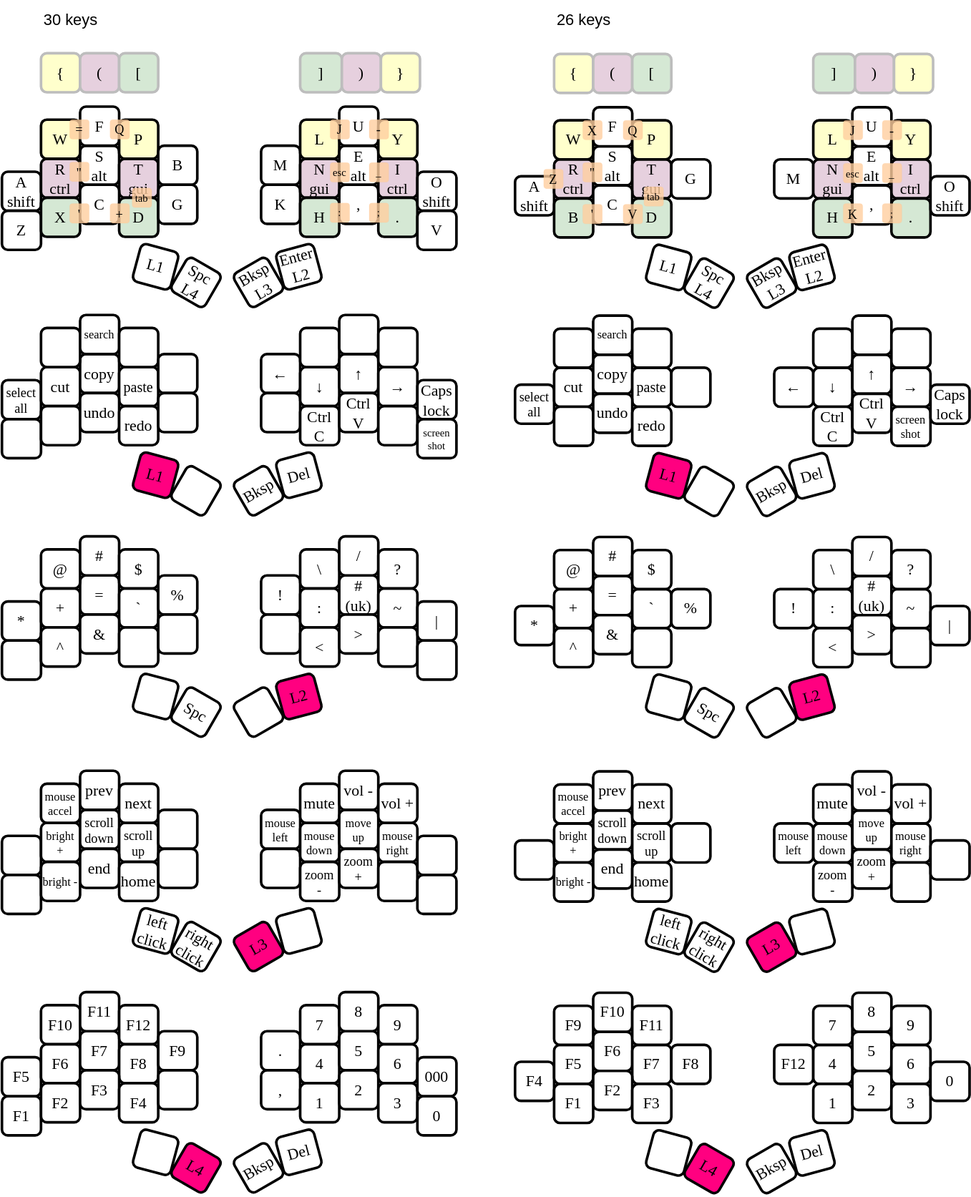
Earlier version of the draw.io export images/keymap.svg (smallwat3r/vial-keymap). Source tidied: cells renumbered, new cells last; positions are measured from the earlier drawing's top-left corner, leaving out a move shared by most shapes.
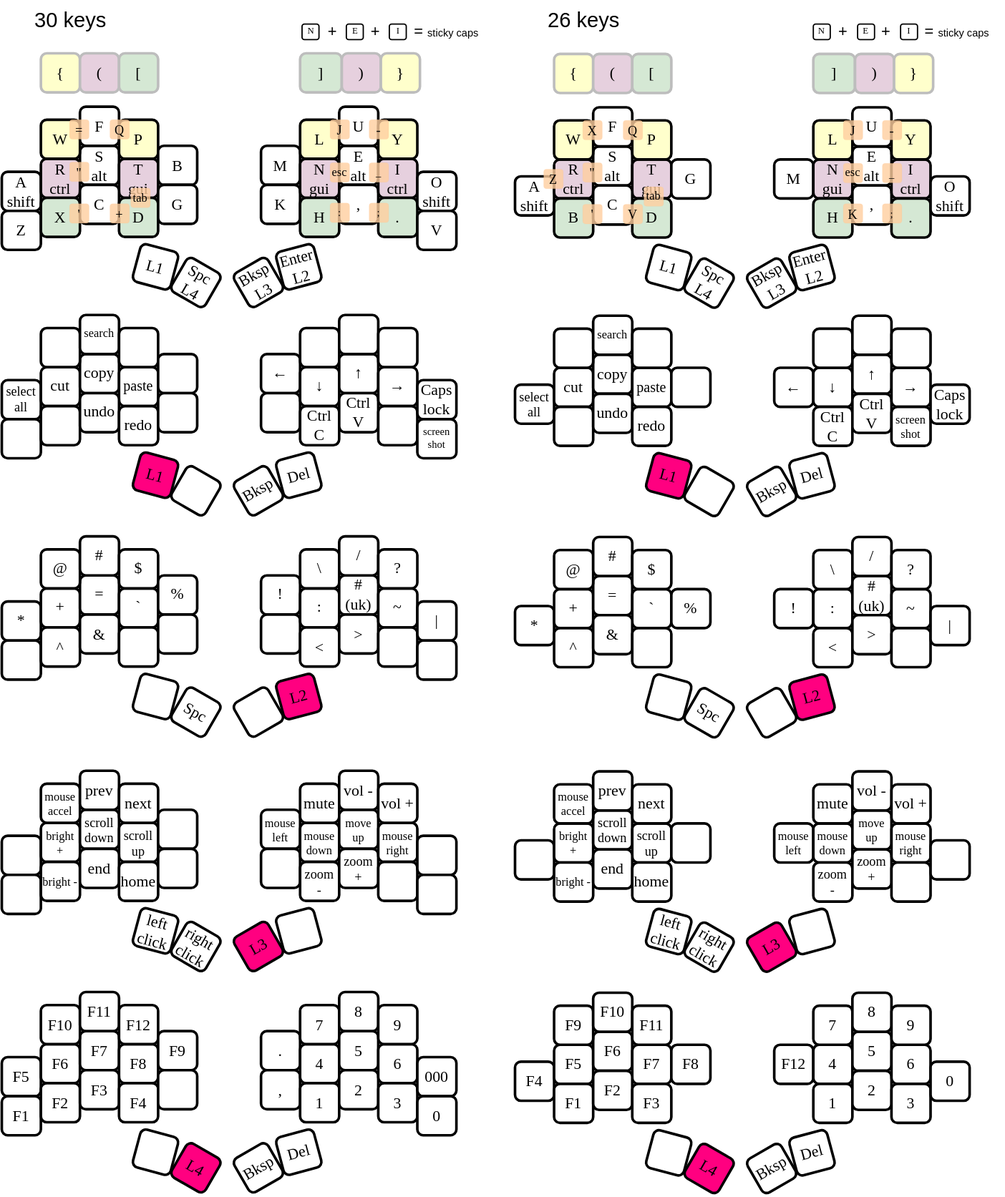
After the commit.

The edit, as a diff of the source:
```diff
@@ -23,7 +23,7 @@
     <mxCell id="8" value="C" style="whiteSpace=wrap;glass=0;rounded=1;shadow=0;textShadow=0;strokeWidth=2;perimeterSpacing=2;flipV=1;flipH=1;fontFamily=Comic Sans MS;fontStyle=0;" parent="1" vertex="1">
       <mxGeometry x="60" y="141.5" width="30" height="30" as="geometry" />
     </mxCell>
-    <mxCell id="9" value="D" style="whiteSpace=wrap;glass=0;rounded=1;shadow=0;textShadow=0;strokeWidth=2;perimeterSpacing=2;flipV=1;flipH=1;fillColor=#D5E8D4;fontFamily=Comic Sans MS;fontStyle=0;" parent="1" vertex="1">
+    <mxCell id="9" value="D" style="whiteSpace=wrap;glass=0;rounded=1;shadow=0;textShadow=0;strokeWidth=2;perimeterSpacing=2;flipV=1;flipH=1;fillColor=#D5E8D4;fontFamily=Comic Sans MS;fontStyle=0;verticalAlign=middle;" parent="1" vertex="1">
       <mxGeometry x="90" y="151.5" width="30" height="30" as="geometry" />
     </mxCell>
     <mxCell id="10" value="W" style="whiteSpace=wrap;glass=0;rounded=1;shadow=0;textShadow=0;strokeWidth=2;perimeterSpacing=2;flipV=1;flipH=1;fillColor=#FFFFCC;fontFamily=Comic Sans MS;fontStyle=0;" parent="1" vertex="1">
@@ -215,7 +215,7 @@
     <mxCell id="72" value="-" style="glass=0;rounded=1;shadow=0;textShadow=0;strokeWidth=0;perimeterSpacing=0;flipV=1;flipH=1;fontSize=10;opacity=80;fillColor=#FFCE9F;verticalAlign=middle;fontFamily=Comic Sans MS;fontStyle=0;strokeColor=#FFB570;labelBackgroundColor=none;labelBorderColor=none;whiteSpace=wrap;dashed=1;dashPattern=8 8;" parent="1" vertex="1">
       <mxGeometry x="282" y="91.5" width="15" height="15" as="geometry" />
     </mxCell>
-    <mxCell id="73" value="esc" style="glass=0;rounded=1;shadow=0;textShadow=0;strokeWidth=0;perimeterSpacing=0;flipV=1;flipH=1;fontSize=8;opacity=80;fillColor=#FFCE9F;verticalAlign=middle;fontFamily=Comic Sans MS;fontStyle=0;strokeColor=#FFB570;labelBackgroundColor=none;labelBorderColor=none;whiteSpace=wrap;dashed=1;dashPattern=8 8;" parent="1" vertex="1">
+    <mxCell id="73" value="esc" style="glass=0;rounded=1;shadow=0;textShadow=0;strokeWidth=0;perimeterSpacing=0;flipV=1;flipH=1;fontSize=9;opacity=80;fillColor=#FFCE9F;verticalAlign=bottom;fontFamily=Comic Sans MS;fontStyle=0;strokeColor=#FFB570;labelBackgroundColor=none;labelBorderColor=none;whiteSpace=wrap;dashed=1;dashPattern=8 8;" parent="1" vertex="1">
       <mxGeometry x="252" y="124.5" width="15" height="15" as="geometry" />
     </mxCell>
     <mxCell id="74" value="_" style="glass=0;rounded=1;shadow=0;textShadow=0;strokeWidth=0;perimeterSpacing=0;flipV=1;flipH=1;fontSize=8;opacity=80;fillColor=#FFCE9F;verticalAlign=middle;fontStyle=0;fontFamily=Comic Sans MS;strokeColor=#FFB570;labelBackgroundColor=none;labelBorderColor=none;whiteSpace=wrap;dashed=1;dashPattern=8 8;" parent="1" vertex="1">
@@ -692,7 +692,7 @@
     <mxCell id="231" value="-" style="glass=0;rounded=1;shadow=0;textShadow=0;strokeWidth=0;perimeterSpacing=0;flipV=1;flipH=1;fontSize=10;opacity=80;fillColor=#FFCE9F;verticalAlign=middle;fontFamily=Comic Sans MS;fontStyle=0;strokeColor=#FFB570;labelBackgroundColor=none;labelBorderColor=none;whiteSpace=wrap;dashed=1;dashPattern=8 8;" parent="1" vertex="1">
       <mxGeometry x="676" y="92" width="15" height="15" as="geometry" />
     </mxCell>
-    <mxCell id="232" value="esc" style="glass=0;rounded=1;shadow=0;textShadow=0;strokeWidth=0;perimeterSpacing=0;flipV=1;flipH=1;fontSize=8;opacity=80;fillColor=#FFCE9F;verticalAlign=middle;fontFamily=Comic Sans MS;fontStyle=0;strokeColor=#FFB570;labelBackgroundColor=none;labelBorderColor=none;whiteSpace=wrap;dashed=1;dashPattern=8 8;" parent="1" vertex="1">
+    <mxCell id="232" value="esc" style="glass=0;rounded=1;shadow=0;textShadow=0;strokeWidth=0;perimeterSpacing=0;flipV=1;flipH=1;fontSize=9;opacity=80;fillColor=#FFCE9F;verticalAlign=bottom;fontFamily=Comic Sans MS;fontStyle=0;strokeColor=#FFB570;labelBackgroundColor=none;labelBorderColor=none;whiteSpace=wrap;dashed=1;dashPattern=8 8;" parent="1" vertex="1">
       <mxGeometry x="646" y="125" width="15" height="15" as="geometry" />
     </mxCell>
     <mxCell id="233" value="_" style="glass=0;rounded=1;shadow=0;textShadow=0;strokeWidth=0;perimeterSpacing=0;flipV=1;flipH=1;fontSize=8;opacity=80;fillColor=#FFCE9F;verticalAlign=middle;fontStyle=0;fontFamily=Comic Sans MS;strokeColor=#FFB570;labelBackgroundColor=none;labelBorderColor=none;whiteSpace=wrap;dashed=1;dashPattern=8 8;" parent="1" vertex="1">
@@ -944,20 +944,56 @@
     <mxCell id="315" value="V" style="glass=0;rounded=1;shadow=0;textShadow=0;strokeWidth=0;perimeterSpacing=0;flipV=1;flipH=1;fontSize=10;opacity=80;fillColor=#FFCE9F;verticalAlign=middle;fontFamily=Comic Sans MS;fontStyle=0;strokeColor=#FFB570;labelBackgroundColor=none;labelBorderColor=none;whiteSpace=wrap;dashed=1;dashPattern=8 8;" parent="1" vertex="1">
       <mxGeometry x="477" y="156.5" width="15" height="15" as="geometry" />
     </mxCell>
-    <mxCell id="316" value="30 keys" style="text;html=1;align=center;verticalAlign=middle;whiteSpace=wrap;rounded=0;" parent="1" vertex="1">
+    <mxCell id="316" value="30 keys" style="text;html=1;align=center;verticalAlign=middle;whiteSpace=wrap;rounded=0;fontSize=16;" parent="1" vertex="1">
       <mxGeometry x="23" width="60" height="30" as="geometry" />
     </mxCell>
-    <mxCell id="317" value="26 keys" style="text;html=1;align=center;verticalAlign=middle;whiteSpace=wrap;rounded=0;" parent="1" vertex="1">
+    <mxCell id="317" value="26 keys" style="text;html=1;align=center;verticalAlign=middle;whiteSpace=wrap;rounded=0;fontSize=16;" parent="1" vertex="1">
       <mxGeometry x="417" width="60" height="30" as="geometry" />
     </mxCell>
     <mxCell id="318" value="Z" style="glass=0;rounded=1;shadow=0;textShadow=0;strokeWidth=0;perimeterSpacing=0;flipV=1;flipH=1;fontSize=10;opacity=80;fillColor=#FFCE9F;verticalAlign=middle;fontFamily=Comic Sans MS;fontStyle=0;strokeColor=#FFB570;labelBackgroundColor=none;labelBorderColor=none;whiteSpace=wrap;dashed=1;dashPattern=8 8;" parent="1" vertex="1">
       <mxGeometry x="416" y="129.5" width="15" height="15" as="geometry" />
     </mxCell>
-    <mxCell id="319" value="tab" style="glass=0;rounded=1;shadow=0;textShadow=0;strokeWidth=0;perimeterSpacing=0;flipV=1;flipH=1;fontSize=8;opacity=80;fillColor=#FFCE9F;verticalAlign=middle;fontFamily=Comic Sans MS;fontStyle=0;strokeColor=#FFB570;labelBackgroundColor=none;labelBorderColor=none;whiteSpace=wrap;dashed=1;dashPattern=8 8;" parent="1" vertex="1">
+    <mxCell id="319" value="tab" style="glass=0;rounded=1;shadow=0;textShadow=0;strokeWidth=0;perimeterSpacing=0;flipV=1;flipH=1;fontSize=9;opacity=80;fillColor=#FFCE9F;verticalAlign=bottom;fontFamily=Comic Sans MS;fontStyle=0;strokeColor=#FFB570;labelBackgroundColor=none;labelBorderColor=none;whiteSpace=wrap;dashed=1;dashPattern=8 8;" parent="1" vertex="1">
       <mxGeometry x="493" y="143" width="15" height="15" as="geometry" />
     </mxCell>
-    <mxCell id="320" value="tab" style="glass=0;rounded=1;shadow=0;textShadow=0;strokeWidth=0;perimeterSpacing=0;flipV=1;flipH=1;fontSize=8;opacity=80;fillColor=#FFCE9F;verticalAlign=middle;fontFamily=Comic Sans MS;fontStyle=0;strokeColor=#FFB570;labelBackgroundColor=none;labelBorderColor=none;whiteSpace=wrap;dashed=1;dashPattern=8 8;" parent="1" vertex="1">
-      <mxGeometry x="100" y="144" width="15" height="15" as="geometry" />
+    <mxCell id="320" value="tab" style="glass=0;rounded=1;shadow=0;textShadow=0;strokeWidth=0;perimeterSpacing=0;flipV=1;flipH=1;fontSize=9;opacity=80;fillColor=#FFCE9F;verticalAlign=middle;fontFamily=Comic Sans MS;fontStyle=0;strokeColor=#FFB570;labelBackgroundColor=none;labelBorderColor=none;whiteSpace=wrap;dashed=1;dashPattern=8 8;" parent="1" vertex="1">
+      <mxGeometry x="99" y="144" width="15" height="15" as="geometry" />
     </mxCell>
+    <mxCell id="321" value="N" style="whiteSpace=wrap;glass=0;rounded=1;shadow=0;textShadow=0;strokeWidth=1;perimeterSpacing=2;flipV=1;flipH=1;fontFamily=Comic Sans MS;fontStyle=0;fontSize=7;" parent="1" vertex="1">
+      <mxGeometry x="623" y="18" width="13" height="12" as="geometry" />
+    </mxCell>
+    <mxCell id="322" value="+" style="text;html=1;align=center;verticalAlign=middle;whiteSpace=wrap;rounded=0;" parent="1" vertex="1">
+      <mxGeometry x="631" y="9" width="30" height="30" as="geometry" />
+    </mxCell>
+    <mxCell id="323" value="E" style="whiteSpace=wrap;glass=0;rounded=1;shadow=0;textShadow=0;strokeWidth=1;perimeterSpacing=2;flipV=1;flipH=1;fontFamily=Comic Sans MS;fontStyle=0;fontSize=7;" parent="1" vertex="1">
+      <mxGeometry x="657" y="18" width="13" height="12" as="geometry" />
+    </mxCell>
+    <mxCell id="324" value="+" style="text;html=1;align=center;verticalAlign=middle;whiteSpace=wrap;rounded=0;" parent="1" vertex="1">
+      <mxGeometry x="664" y="9" width="30" height="30" as="geometry" />
+    </mxCell>
+    <mxCell id="325" value="I" style="whiteSpace=wrap;glass=0;rounded=1;shadow=0;textShadow=0;strokeWidth=1;perimeterSpacing=2;flipV=1;flipH=1;fontFamily=Comic Sans MS;fontStyle=0;fontSize=7;" parent="1" vertex="1">
+      <mxGeometry x="690" y="18" width="13" height="12" as="geometry" />
+    </mxCell>
+    <mxCell id="326" value="= &lt;font style=&quot;font-size: 8px;&quot;&gt;sticky caps&lt;/font&gt;" style="text;html=1;align=center;verticalAlign=middle;whiteSpace=wrap;rounded=0;" parent="1" vertex="1">
+      <mxGeometry x="697" y="9" width="73" height="30" as="geometry" />
+    </mxCell>
+    <mxCell id="327" value="N" style="whiteSpace=wrap;glass=0;rounded=1;shadow=0;textShadow=0;strokeWidth=1;perimeterSpacing=2;flipV=1;flipH=1;fontFamily=Comic Sans MS;fontStyle=0;fontSize=7;" parent="1" vertex="1">
+      <mxGeometry x="230.5" y="18" width="13" height="12" as="geometry" />
+    </mxCell>
+    <mxCell id="328" value="+" style="text;html=1;align=center;verticalAlign=middle;whiteSpace=wrap;rounded=0;" parent="1" vertex="1">
+      <mxGeometry x="238.5" y="9" width="30" height="30" as="geometry" />
+    </mxCell>
+    <mxCell id="329" value="E" style="whiteSpace=wrap;glass=0;rounded=1;shadow=0;textShadow=0;strokeWidth=1;perimeterSpacing=2;flipV=1;flipH=1;fontFamily=Comic Sans MS;fontStyle=0;fontSize=7;" parent="1" vertex="1">
+      <mxGeometry x="264.5" y="18" width="13" height="12" as="geometry" />
+    </mxCell>
+    <mxCell id="330" value="+" style="text;html=1;align=center;verticalAlign=middle;whiteSpace=wrap;rounded=0;" parent="1" vertex="1">
+      <mxGeometry x="271.5" y="9" width="30" height="30" as="geometry" />
+    </mxCell>
+    <mxCell id="331" value="I" style="whiteSpace=wrap;glass=0;rounded=1;shadow=0;textShadow=0;strokeWidth=1;perimeterSpacing=2;flipV=1;flipH=1;fontFamily=Comic Sans MS;fontStyle=0;fontSize=7;" parent="1" vertex="1">
+      <mxGeometry x="297.5" y="18" width="13" height="12" as="geometry" />
+    </mxCell>
+    <mxCell id="332" value="= &lt;font style=&quot;font-size: 8px;&quot;&gt;sticky caps&lt;/font&gt;" style="text;html=1;align=center;verticalAlign=middle;whiteSpace=wrap;rounded=0;" parent="1" vertex="1">
+      <mxGeometry x="304.5" y="9" width="73" height="30" as="geometry" />
+    </mxCell>
   </root>
 </mxGraphModel>
```
